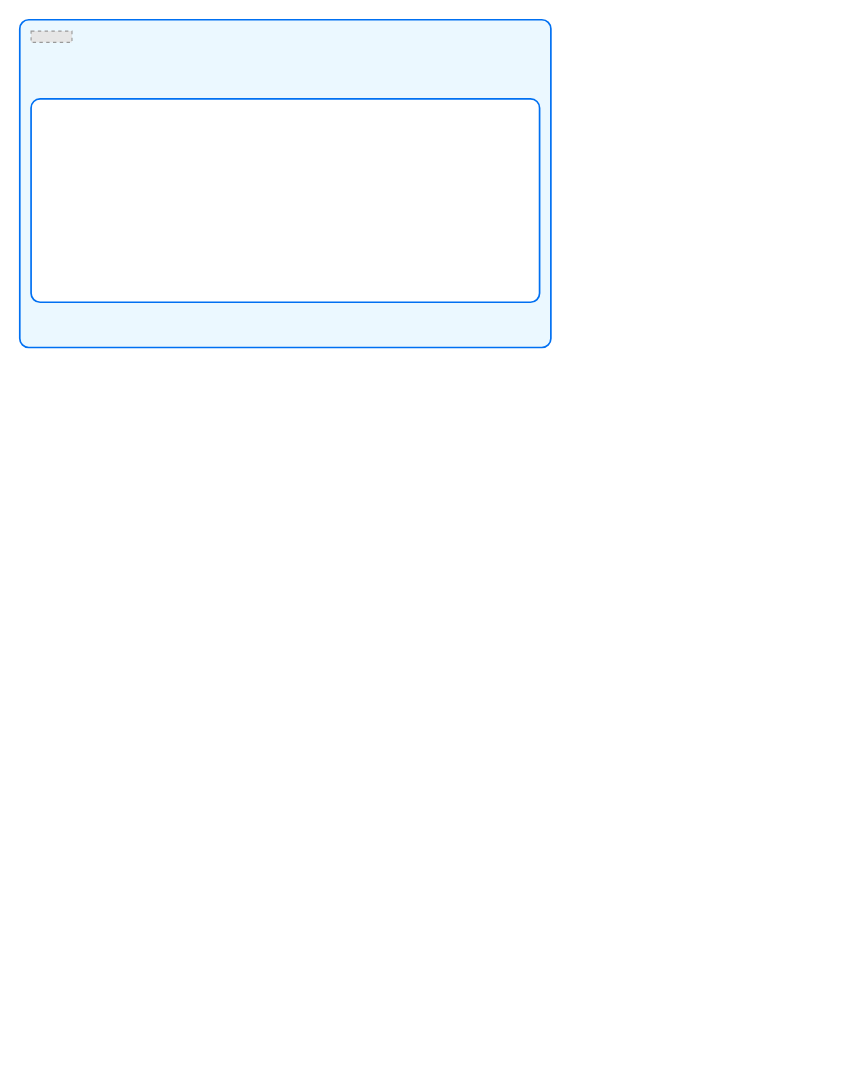
Above: page "Page-3" (4 of 5) of Diagrams/Brabant Water.drawio in eleemans/Diagrams (draw.io), before the change. Source tidied: cells renumbered, new cells numbered last; positions are measured from the earlier drawing's top-left corner, leaving out a move shared by most shapes. Both pictures are drawn from the tidied source at 113%, with x=0, y=0 at pixel (19, 19). Pictures stored in the file or linked from it are replaced by grey dashed boxes.
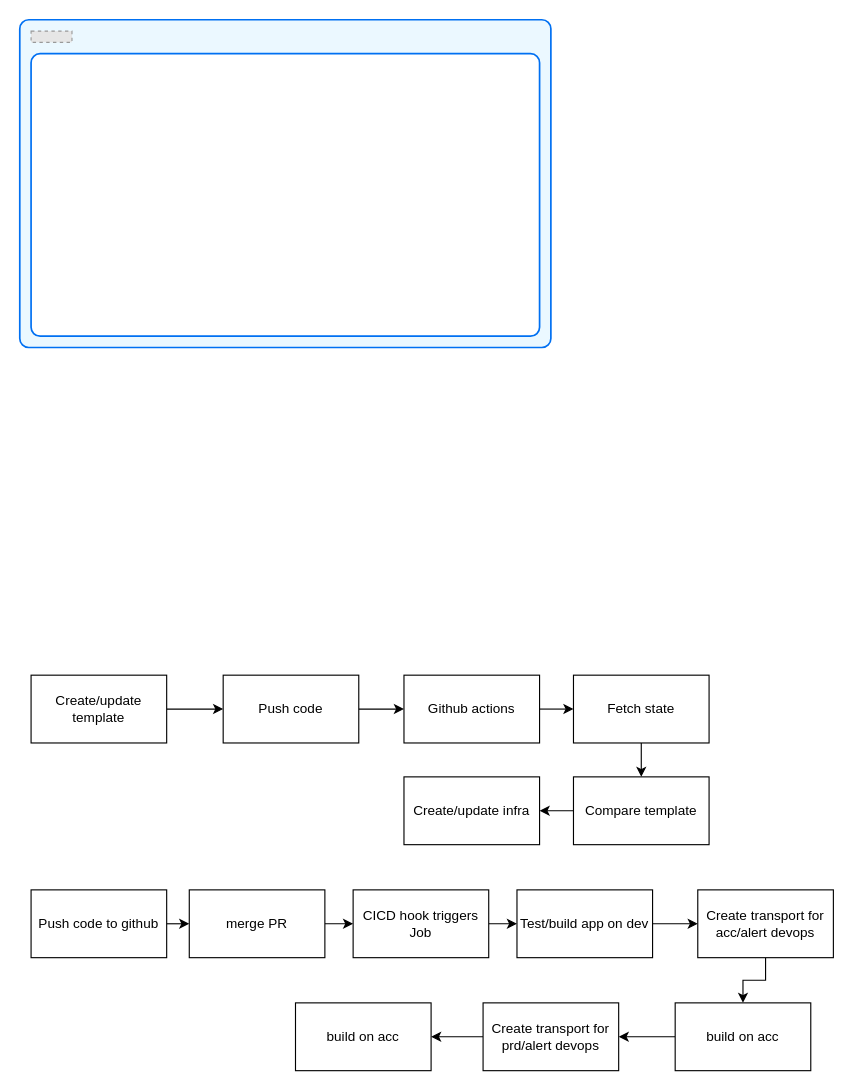
Above is the later version.

What changed in the source:
```diff
@@
     <mxCell id="4" style="rounded=1;whiteSpace=wrap;html=1;strokeColor=#0070F2;strokeWidth=1.5;arcSize=16;fillColor=#FFFFFF;perimeterSpacing=0;absoluteArcSize=1;" parent="1" vertex="1">
-      <mxGeometry x="10" y="70" width="450" height="180" as="geometry" />
+      <mxGeometry x="10" y="30" width="450" height="250" as="geometry" />
     </mxCell>
+    <mxCell id="5" style="edgeStyle=orthogonalEdgeStyle;rounded=0;jettySize=auto;html=1;entryX=0;entryY=0.5;entryDx=0;entryDy=0;" parent="1" edge="1" source="6" target="8">
+      <mxGeometry relative="1" as="geometry" />
+    </mxCell>
+    <mxCell id="6" value="Create/update template" style="rounded=0;whiteSpace=wrap;html=1;" parent="1" vertex="1">
+      <mxGeometry x="10" y="580" width="120" height="60" as="geometry" />
+    </mxCell>
+    <mxCell id="7" style="edgeStyle=orthogonalEdgeStyle;rounded=0;jettySize=auto;html=1;exitX=1;exitY=0.5;exitDx=0;exitDy=0;entryX=0;entryY=0.5;entryDx=0;entryDy=0;" parent="1" edge="1" source="8" target="10">
+      <mxGeometry relative="1" as="geometry" />
+    </mxCell>
+    <mxCell id="8" value="Push code" style="rounded=0;whiteSpace=wrap;html=1;" parent="1" vertex="1">
+      <mxGeometry x="180" y="580" width="120" height="60" as="geometry" />
+    </mxCell>
+    <mxCell id="9" style="edgeStyle=orthogonalEdgeStyle;rounded=0;jettySize=auto;html=1;exitX=1;exitY=0.5;exitDx=0;exitDy=0;entryX=0;entryY=0.5;entryDx=0;entryDy=0;" parent="1" edge="1" source="10" target="12">
+      <mxGeometry relative="1" as="geometry" />
+    </mxCell>
+    <mxCell id="10" value="Github actions" style="rounded=0;whiteSpace=wrap;html=1;" parent="1" vertex="1">
+      <mxGeometry x="340" y="580" width="120" height="60" as="geometry" />
+    </mxCell>
+    <mxCell id="11" style="edgeStyle=orthogonalEdgeStyle;rounded=0;jettySize=auto;html=1;exitX=0.5;exitY=1;exitDx=0;exitDy=0;entryX=0.5;entryY=0;entryDx=0;entryDy=0;" parent="1" edge="1" source="12" target="14">
+      <mxGeometry relative="1" as="geometry" />
+    </mxCell>
+    <mxCell id="12" value="Fetch state" style="rounded=0;whiteSpace=wrap;html=1;" parent="1" vertex="1">
+      <mxGeometry x="490" y="580" width="120" height="60" as="geometry" />
+    </mxCell>
+    <mxCell id="13" style="edgeStyle=orthogonalEdgeStyle;rounded=0;jettySize=auto;html=1;exitX=0;exitY=0.5;exitDx=0;exitDy=0;" parent="1" edge="1" source="14" target="15">
+      <mxGeometry relative="1" as="geometry" />
+    </mxCell>
+    <mxCell id="14" value="Compare template" style="rounded=0;whiteSpace=wrap;html=1;" parent="1" vertex="1">
+      <mxGeometry x="490" y="670" width="120" height="60" as="geometry" />
+    </mxCell>
+    <mxCell id="15" value="Create/update infra" style="rounded=0;whiteSpace=wrap;html=1;" parent="1" vertex="1">
+      <mxGeometry x="340" y="670" width="120" height="60" as="geometry" />
+    </mxCell>
+    <mxCell id="16" style="edgeStyle=orthogonalEdgeStyle;rounded=0;jettySize=auto;html=1;exitX=1;exitY=0.5;exitDx=0;exitDy=0;entryX=0;entryY=0.5;entryDx=0;entryDy=0;" parent="1" edge="1" source="17" target="19">
+      <mxGeometry relative="1" as="geometry" />
+    </mxCell>
+    <mxCell id="17" value="Push code to github" style="rounded=0;whiteSpace=wrap;html=1;" parent="1" vertex="1">
+      <mxGeometry x="10" y="770" width="120" height="60" as="geometry" />
+    </mxCell>
+    <mxCell id="18" style="edgeStyle=orthogonalEdgeStyle;rounded=0;jettySize=auto;html=1;" parent="1" edge="1" source="19" target="21">
+      <mxGeometry relative="1" as="geometry" />
+    </mxCell>
+    <mxCell id="19" value="merge PR" style="rounded=0;whiteSpace=wrap;html=1;" parent="1" vertex="1">
+      <mxGeometry x="150" y="770" width="120" height="60" as="geometry" />
+    </mxCell>
+    <mxCell id="20" style="edgeStyle=orthogonalEdgeStyle;rounded=0;jettySize=auto;html=1;" parent="1" edge="1" source="21" target="23">
+      <mxGeometry relative="1" as="geometry" />
+    </mxCell>
+    <mxCell id="21" value="CICD hook triggers Job" style="rounded=0;whiteSpace=wrap;html=1;" parent="1" vertex="1">
+      <mxGeometry x="295" y="770" width="120" height="60" as="geometry" />
+    </mxCell>
+    <mxCell id="22" style="edgeStyle=orthogonalEdgeStyle;rounded=0;jettySize=auto;html=1;" parent="1" edge="1" source="23" target="25">
+      <mxGeometry relative="1" as="geometry" />
+    </mxCell>
+    <mxCell id="23" value="Test/build app on dev" style="rounded=0;whiteSpace=wrap;html=1;" parent="1" vertex="1">
+      <mxGeometry x="440" y="770" width="120" height="60" as="geometry" />
+    </mxCell>
+    <mxCell id="24" style="edgeStyle=orthogonalEdgeStyle;rounded=0;jettySize=auto;html=1;" parent="1" edge="1" source="25" target="29">
+      <mxGeometry relative="1" as="geometry" />
+    </mxCell>
+    <mxCell id="25" value="Create transport for acc/alert devops" style="rounded=0;whiteSpace=wrap;html=1;" parent="1" vertex="1">
+      <mxGeometry x="600" y="770" width="120" height="60" as="geometry" />
+    </mxCell>
+    <mxCell id="26" style="edgeStyle=orthogonalEdgeStyle;rounded=0;jettySize=auto;html=1;" parent="1" edge="1" source="27" target="30">
+      <mxGeometry relative="1" as="geometry" />
+    </mxCell>
+    <mxCell id="27" value="Create transport for prd/alert devops" style="rounded=0;whiteSpace=wrap;html=1;" parent="1" vertex="1">
+      <mxGeometry x="410" y="870" width="120" height="60" as="geometry" />
+    </mxCell>
+    <mxCell id="28" style="edgeStyle=orthogonalEdgeStyle;rounded=0;jettySize=auto;html=1;" parent="1" edge="1" source="29" target="27">
+      <mxGeometry relative="1" as="geometry" />
+    </mxCell>
+    <mxCell id="29" value="build on acc" style="rounded=0;whiteSpace=wrap;html=1;" parent="1" vertex="1">
+      <mxGeometry x="580" y="870" width="120" height="60" as="geometry" />
+    </mxCell>
+    <mxCell id="30" value="build on acc" style="rounded=0;whiteSpace=wrap;html=1;" parent="1" vertex="1">
+      <mxGeometry x="244" y="870" width="120" height="60" as="geometry" />
+    </mxCell>
```
